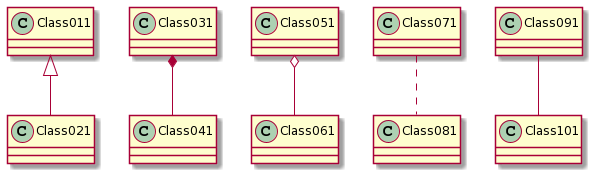
Before: meilenstein_03/sub/pumltest2.png, a diagram exported from PlantUML (weichware10/meilensteine). Its diagram source:
```plantuml
@startuml
Class011 <|-- Class021
Class031 *-- Class041
Class051 o-- Class061
Class071 .. Class081
Class091 -- Class101
@enduml
```
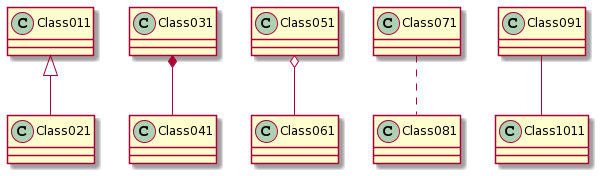
After the change.

Commit message:
Render PlantUML PNGs

Change to the diagram source:
```diff
@@ -3,5 +3,5 @@
 Class031 *-- Class041
 Class051 o-- Class061
 Class071 .. Class081
-Class091 -- Class101
+Class091 -- Class1011
 @enduml
```
